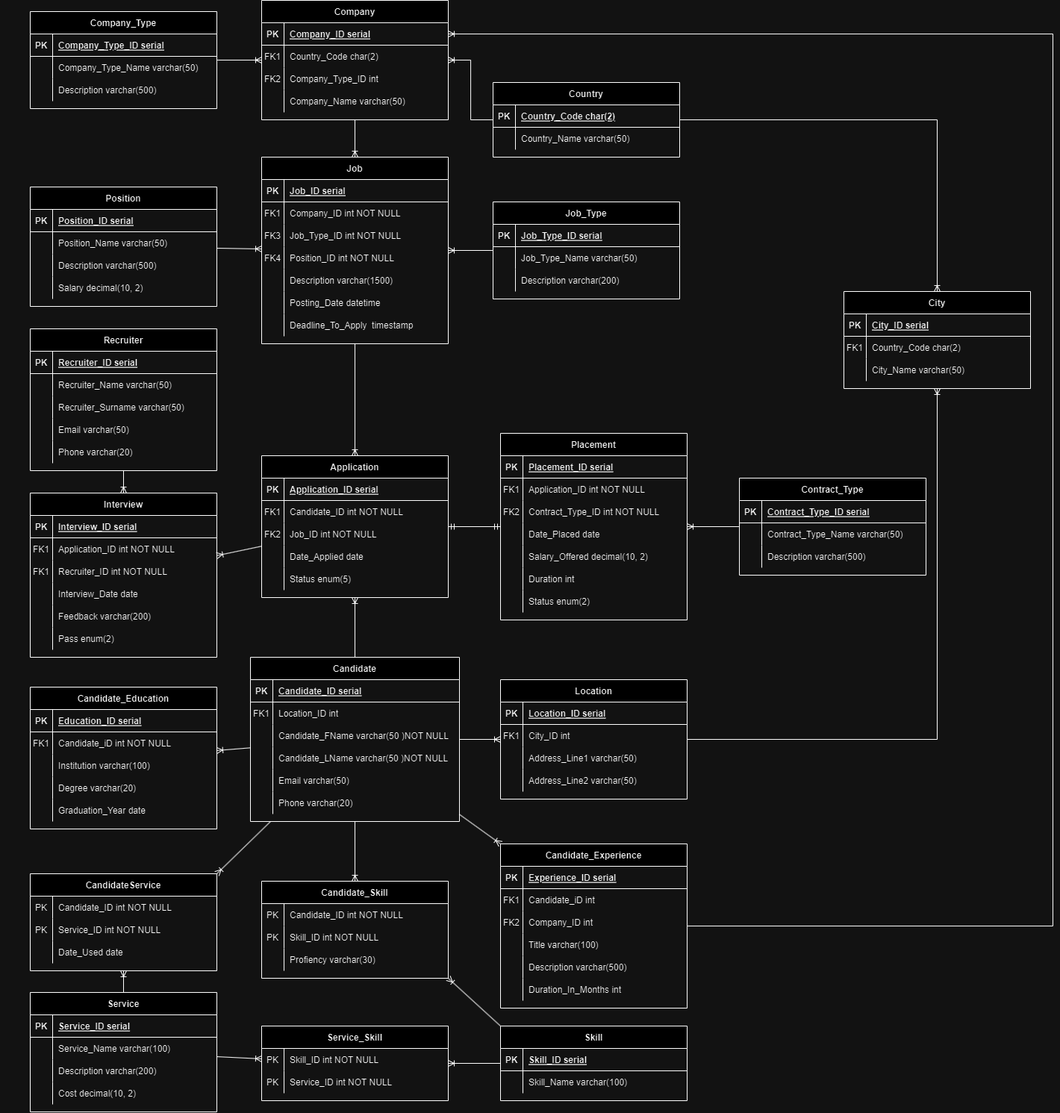
This is DB_Magzhan_Khorshat_HW_Recruitment_Agency.png from ghostmaga/data_engineering, a draw.io export, as it was before one commit. Source tidied: cells renumbered, new cells last; positions are measured from the earlier drawing's top-left corner, leaving out a move shared by most shapes.
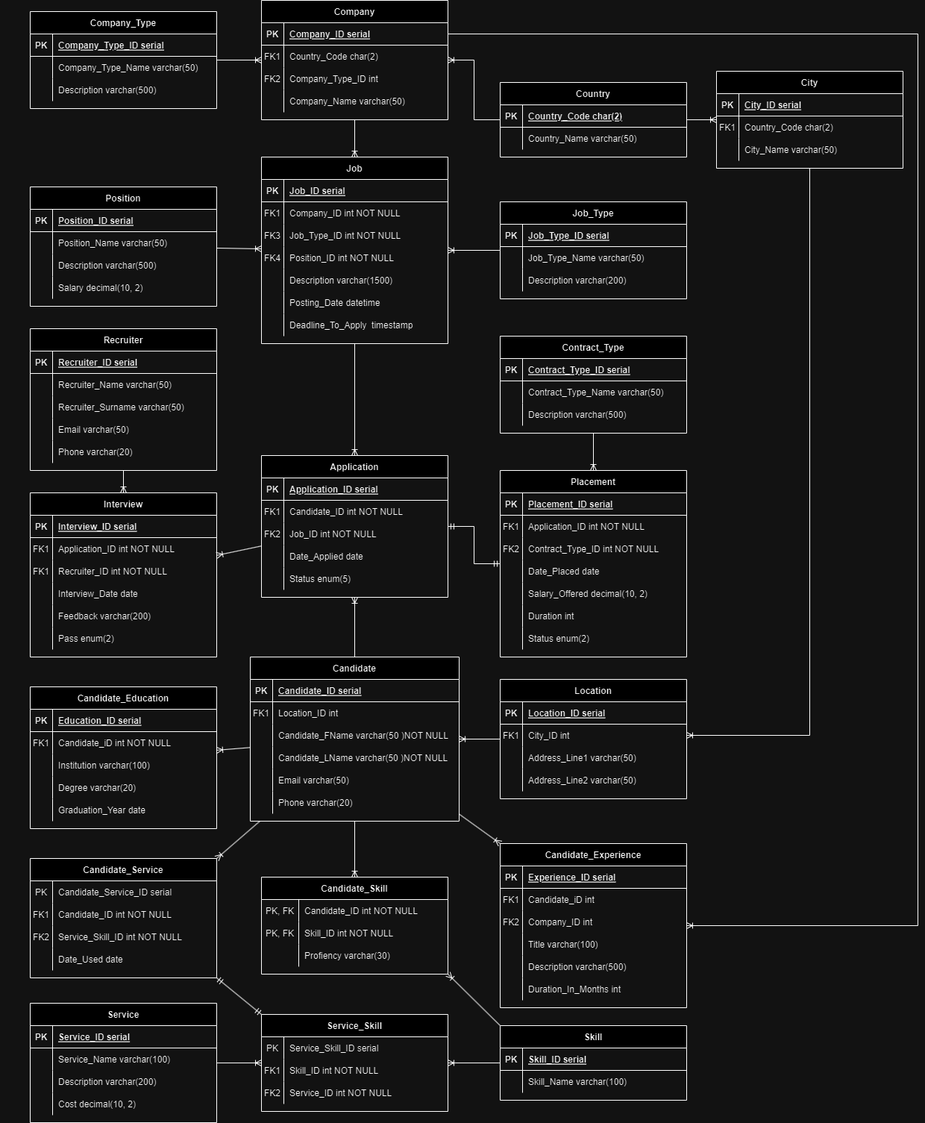
After the commit.

Commit message:
Fixed business description and model

Diff of the diagram source:
```diff
@@ -204,58 +204,67 @@
       <mxGeometry x="30" width="220" height="30" as="geometry" />
     </mxCell>
     <mxCell id="69" value="Candidate_Skill" style="shape=table;startSize=30;rowLines=0;fontStyle=1;align=center;" parent="1" vertex="1">
-      <mxGeometry x="350" y="1180" width="250" height="130" as="geometry" />
+      <mxGeometry x="350" y="1175" width="250" height="130" as="geometry" />
     </mxCell>
     <mxCell id="70" style="shape=partialRectangle;fillColor=none;top=0;left=0;right=0;bottom=0;" parent="69" vertex="1">
       <mxGeometry y="30" width="250" height="30" as="geometry" />
     </mxCell>
-    <mxCell id="71" value="PK" style="shape=partialRectangle;overflow=hidden;fillColor=none;top=0;left=0;bottom=0;right=0;" parent="70" vertex="1">
-      <mxGeometry width="30" height="30" as="geometry" />
+    <mxCell id="71" value="PK, FK" style="shape=partialRectangle;overflow=hidden;fillColor=none;top=0;left=0;bottom=0;right=0;" parent="70" vertex="1">
+      <mxGeometry width="50" height="30" as="geometry" />
     </mxCell>
     <mxCell id="72" value="Candidate_ID int NOT NULL" style="shape=partialRectangle;overflow=hidden;fillColor=none;top=0;left=0;bottom=0;right=0;align=left;spacingLeft=6;" parent="70" vertex="1">
-      <mxGeometry x="30" width="220" height="30" as="geometry" />
+      <mxGeometry x="50" width="200" height="30" as="geometry" />
     </mxCell>
     <mxCell id="73" style="shape=partialRectangle;fillColor=none;top=0;left=0;right=0;bottom=0;" parent="69" vertex="1">
       <mxGeometry y="60" width="250" height="30" as="geometry" />
     </mxCell>
-    <mxCell id="74" value="PK" style="shape=partialRectangle;overflow=hidden;fillColor=none;top=0;left=0;bottom=0;right=0;" parent="73" vertex="1">
-      <mxGeometry width="30" height="30" as="geometry" />
+    <mxCell id="74" value="PK, FK" style="shape=partialRectangle;overflow=hidden;fillColor=none;top=0;left=0;bottom=0;right=0;" parent="73" vertex="1">
+      <mxGeometry width="50" height="30" as="geometry" />
     </mxCell>
     <mxCell id="75" value="Skill_ID int NOT NULL" style="shape=partialRectangle;overflow=hidden;fillColor=none;top=0;left=0;bottom=0;right=0;align=left;spacingLeft=6;" parent="73" vertex="1">
-      <mxGeometry x="30" width="220" height="30" as="geometry" />
+      <mxGeometry x="50" width="200" height="30" as="geometry" />
     </mxCell>
     <mxCell id="76" style="shape=partialRectangle;fillColor=none;top=0;left=0;right=0;bottom=0;" parent="69" vertex="1">
       <mxGeometry y="90" width="250" height="30" as="geometry" />
     </mxCell>
     <mxCell id="77" style="shape=partialRectangle;overflow=hidden;fillColor=none;top=0;left=0;bottom=0;right=0;" parent="76" vertex="1">
-      <mxGeometry width="30" height="30" as="geometry" />
+      <mxGeometry width="50" height="30" as="geometry" />
     </mxCell>
     <mxCell id="78" value="Profiency varchar(30)" style="shape=partialRectangle;overflow=hidden;fillColor=none;top=0;left=0;bottom=0;right=0;align=left;spacingLeft=6;" parent="76" vertex="1">
-      <mxGeometry x="30" width="220" height="30" as="geometry" />
+      <mxGeometry x="50" width="200" height="30" as="geometry" />
     </mxCell>
-    <mxCell id="79" value="CandidateService" style="shape=table;startSize=30;rowLines=0;fontStyle=1;align=center;" parent="1" vertex="1">
-      <mxGeometry x="40" y="1170" width="250" height="130" as="geometry" />
+    <mxCell id="79" value="Candidate_Service" style="shape=table;startSize=30;rowLines=0;fontStyle=1;align=center;" parent="1" vertex="1">
+      <mxGeometry x="40" y="1150" width="250" height="160" as="geometry" />
     </mxCell>
+    <mxCell id="309" style="shape=partialRectangle;fillColor=none;top=0;left=0;right=0;bottom=0;" parent="79" vertex="1">
+      <mxGeometry y="30" width="250" height="30" as="geometry" />
+    </mxCell>
+    <mxCell id="310" value="PK" style="shape=partialRectangle;overflow=hidden;fillColor=none;top=0;left=0;bottom=0;right=0;" parent="309" vertex="1">
+      <mxGeometry width="30" height="30" as="geometry" />
+    </mxCell>
+    <mxCell id="311" value="Candidate_Service_ID serial" style="shape=partialRectangle;overflow=hidden;fillColor=none;top=0;left=0;bottom=0;right=0;align=left;spacingLeft=6;" parent="309" vertex="1">
+      <mxGeometry x="30" width="220" height="30" as="geometry" />
+    </mxCell>
     <mxCell id="80" style="shape=partialRectangle;fillColor=none;top=0;left=0;right=0;bottom=0;" parent="79" vertex="1">
-      <mxGeometry y="30" width="250" height="30" as="geometry" />
+      <mxGeometry y="60" width="250" height="30" as="geometry" />
     </mxCell>
-    <mxCell id="81" value="PK" style="shape=partialRectangle;overflow=hidden;fillColor=none;top=0;left=0;bottom=0;right=0;" parent="80" vertex="1">
+    <mxCell id="81" value="FK1" style="shape=partialRectangle;overflow=hidden;fillColor=none;top=0;left=0;bottom=0;right=0;" parent="80" vertex="1">
       <mxGeometry width="30" height="30" as="geometry" />
     </mxCell>
     <mxCell id="82" value="Candidate_ID int NOT NULL" style="shape=partialRectangle;overflow=hidden;fillColor=none;top=0;left=0;bottom=0;right=0;align=left;spacingLeft=6;" parent="80" vertex="1">
       <mxGeometry x="30" width="220" height="30" as="geometry" />
     </mxCell>
     <mxCell id="83" style="shape=partialRectangle;fillColor=none;top=0;left=0;right=0;bottom=0;" parent="79" vertex="1">
-      <mxGeometry y="60" width="250" height="30" as="geometry" />
+      <mxGeometry y="90" width="250" height="30" as="geometry" />
     </mxCell>
-    <mxCell id="84" value="PK" style="shape=partialRectangle;overflow=hidden;fillColor=none;top=0;left=0;bottom=0;right=0;" parent="83" vertex="1">
+    <mxCell id="84" value="FK2" style="shape=partialRectangle;overflow=hidden;fillColor=none;top=0;left=0;bottom=0;right=0;" parent="83" vertex="1">
       <mxGeometry width="30" height="30" as="geometry" />
     </mxCell>
-    <mxCell id="85" value="Service_ID int NOT NULL" style="shape=partialRectangle;overflow=hidden;fillColor=none;top=0;left=0;bottom=0;right=0;align=left;spacingLeft=6;" parent="83" vertex="1">
+    <mxCell id="85" value="Service_Skill_ID int NOT NULL" style="shape=partialRectangle;overflow=hidden;fillColor=none;top=0;left=0;bottom=0;right=0;align=left;spacingLeft=6;" parent="83" vertex="1">
       <mxGeometry x="30" width="220" height="30" as="geometry" />
     </mxCell>
     <mxCell id="86" style="shape=partialRectangle;fillColor=none;top=0;left=0;right=0;bottom=0;" parent="79" vertex="1">
-      <mxGeometry y="90" width="250" height="30" as="geometry" />
+      <mxGeometry y="120" width="250" height="30" as="geometry" />
     </mxCell>
     <mxCell id="87" style="shape=partialRectangle;overflow=hidden;fillColor=none;top=0;left=0;bottom=0;right=0;" parent="86" vertex="1">
       <mxGeometry width="30" height="30" as="geometry" />
@@ -369,7 +378,7 @@
       <mxGeometry x="30" width="250" height="30" as="geometry" />
     </mxCell>
     <mxCell id="124" value="Service_Skill" style="shape=table;startSize=30;rowLines=0;fontStyle=1;align=center;" parent="1" vertex="1">
-      <mxGeometry x="350" y="1374" width="250" height="100" as="geometry" />
+      <mxGeometry x="350" y="1359" width="250" height="130" as="geometry" />
     </mxCell>
     <mxCell id="125" style="shape=partialRectangle;fillColor=none;top=0;left=0;right=0;bottom=0;" parent="124" vertex="1">
       <mxGeometry y="30" width="250" height="30" as="geometry" />
@@ -377,20 +386,29 @@
     <mxCell id="126" value="PK" style="shape=partialRectangle;overflow=hidden;fillColor=none;top=0;left=0;bottom=0;right=0;" parent="125" vertex="1">
       <mxGeometry width="30" height="30" as="geometry" />
     </mxCell>
-    <mxCell id="127" value="Skill_ID int NOT NULL" style="shape=partialRectangle;overflow=hidden;fillColor=none;top=0;left=0;bottom=0;right=0;align=left;spacingLeft=6;" parent="125" vertex="1">
+    <mxCell id="127" value="Service_Skill_ID serial" style="shape=partialRectangle;overflow=hidden;fillColor=none;top=0;left=0;bottom=0;right=0;align=left;spacingLeft=6;" parent="125" vertex="1">
       <mxGeometry x="30" width="220" height="30" as="geometry" />
     </mxCell>
+    <mxCell id="312" style="shape=partialRectangle;fillColor=none;top=0;left=0;right=0;bottom=0;" parent="124" vertex="1">
+      <mxGeometry y="60" width="250" height="30" as="geometry" />
+    </mxCell>
+    <mxCell id="313" value="FK1" style="shape=partialRectangle;overflow=hidden;fillColor=none;top=0;left=0;bottom=0;right=0;" parent="312" vertex="1">
+      <mxGeometry width="30" height="30" as="geometry" />
+    </mxCell>
+    <mxCell id="314" value="Skill_ID int NOT NULL" style="shape=partialRectangle;overflow=hidden;fillColor=none;top=0;left=0;bottom=0;right=0;align=left;spacingLeft=6;" parent="312" vertex="1">
+      <mxGeometry x="30" width="220" height="30" as="geometry" />
+    </mxCell>
     <mxCell id="128" style="shape=partialRectangle;fillColor=none;top=0;left=0;right=0;bottom=0;" parent="124" vertex="1">
-      <mxGeometry y="60" width="250" height="30" as="geometry" />
+      <mxGeometry y="90" width="250" height="30" as="geometry" />
     </mxCell>
-    <mxCell id="129" value="PK" style="shape=partialRectangle;overflow=hidden;fillColor=none;top=0;left=0;bottom=0;right=0;" parent="128" vertex="1">
+    <mxCell id="129" value="FK2" style="shape=partialRectangle;overflow=hidden;fillColor=none;top=0;left=0;bottom=0;right=0;" parent="128" vertex="1">
       <mxGeometry width="30" height="30" as="geometry" />
     </mxCell>
     <mxCell id="130" value="Service_ID int NOT NULL" style="shape=partialRectangle;overflow=hidden;fillColor=none;top=0;left=0;bottom=0;right=0;align=left;spacingLeft=6;" parent="128" vertex="1">
       <mxGeometry x="30" width="220" height="30" as="geometry" />
     </mxCell>
     <mxCell id="131" value="Service" style="shape=table;startSize=30;rowLines=0;fontStyle=1;align=center;" parent="1" vertex="1">
-      <mxGeometry x="40" y="1329" width="250" height="160" as="geometry" />
+      <mxGeometry x="40" y="1344" width="250" height="160" as="geometry" />
     </mxCell>
     <mxCell id="132" style="shape=partialRectangle;fillColor=none;top=0;left=0;right=0;bottom=1;" parent="131" vertex="1">
       <mxGeometry y="30" width="250" height="30" as="geometry" />
@@ -495,7 +513,7 @@
       <mxGeometry x="30" width="220" height="30" as="geometry" />
     </mxCell>
     <mxCell id="166" value="Placement" style="shape=table;startSize=30;rowLines=0;fontStyle=1;align=center;" parent="1" vertex="1">
-      <mxGeometry x="670" y="580" width="250" height="250" as="geometry" />
+      <mxGeometry x="670" y="630" width="250" height="250" as="geometry" />
     </mxCell>
     <mxCell id="167" style="shape=partialRectangle;fillColor=none;top=0;left=0;right=0;bottom=1;" parent="166" vertex="1">
       <mxGeometry y="30" width="250" height="30" as="geometry" />
@@ -578,11 +596,8 @@
     <mxCell id="193" style="fontSize=12;html=1;endArrow=ERoneToMany;rounded=0;entryX=1;entryY=0;entryDx=0;entryDy=0;" parent="1" edge="1" source="105" target="79">
       <mxGeometry relative="1" as="geometry" />
     </mxCell>
-    <mxCell id="194" style="fontSize=12;html=1;endArrow=ERoneToMany;rounded=0;" parent="1" edge="1" source="131" target="79">
-      <mxGeometry relative="1" as="geometry" />
-    </mxCell>
     <mxCell id="195" value="Country" style="shape=table;startSize=30;rowLines=0;fontStyle=1;align=center;" parent="1" vertex="1">
-      <mxGeometry x="660" y="110" width="250" height="100" as="geometry" />
+      <mxGeometry x="670" y="110" width="250" height="100" as="geometry" />
     </mxCell>
     <mxCell id="196" style="shape=partialRectangle;fillColor=none;top=0;left=0;right=0;bottom=1;" parent="195" vertex="1">
       <mxGeometry y="30" width="250" height="30" as="geometry" />
@@ -603,7 +618,7 @@
       <mxGeometry x="30" width="220" height="30" as="geometry" />
     </mxCell>
     <mxCell id="202" value="Job_Type" style="shape=table;startSize=30;rowLines=0;fontStyle=1;align=center;" parent="1" vertex="1">
-      <mxGeometry x="660" y="270" width="250" height="130" as="geometry" />
+      <mxGeometry x="670" y="270" width="250" height="130" as="geometry" />
     </mxCell>
     <mxCell id="203" style="shape=partialRectangle;fillColor=none;top=0;left=0;right=0;bottom=1;" parent="202" vertex="1">
       <mxGeometry y="30" width="250" height="30" as="geometry" />
@@ -723,7 +738,7 @@
       <mxGeometry relative="1" as="geometry" />
     </mxCell>
     <mxCell id="242" value="Contract_Type" style="shape=table;startSize=30;rowLines=0;fontStyle=1;align=center;" parent="1" vertex="1">
-      <mxGeometry x="990" y="640" width="250" height="130" as="geometry" />
+      <mxGeometry x="670" y="450" width="250" height="130" as="geometry" />
     </mxCell>
     <mxCell id="243" style="shape=partialRectangle;fillColor=none;top=0;left=0;right=0;bottom=1;" parent="242" vertex="1">
       <mxGeometry y="30" width="250" height="30" as="geometry" />
@@ -879,7 +894,7 @@
       <mxGeometry x="30" width="220" height="30" as="geometry" />
     </mxCell>
     <mxCell id="294" value="City" style="shape=table;startSize=30;rowLines=0;fontStyle=1;align=center;" parent="1" vertex="1">
-      <mxGeometry x="1130" y="390" width="250" height="130" as="geometry" />
+      <mxGeometry x="960" y="95" width="250" height="130" as="geometry" />
     </mxCell>
     <mxCell id="295" style="shape=partialRectangle;fillColor=none;top=0;left=0;right=0;bottom=1;" parent="294" vertex="1">
       <mxGeometry y="30" width="250" height="30" as="geometry" />
@@ -911,21 +926,24 @@
     <mxCell id="304" style="edgeStyle=orthogonalEdgeStyle;fontSize=12;html=1;endArrow=ERoneToMany;rounded=0;" parent="1" edge="1" source="195" target="294">
       <mxGeometry relative="1" as="geometry" />
     </mxCell>
-    <mxCell id="305" style="edgeStyle=orthogonalEdgeStyle;fontSize=12;html=1;endArrow=ERoneToMany;rounded=0;" parent="1" edge="1" source="281" target="294">
+    <mxCell id="305" style="edgeStyle=orthogonalEdgeStyle;fontSize=12;html=1;endArrow=ERoneToMany;rounded=0;entryX=1;entryY=0.5;entryDx=0;entryDy=0;" parent="1" edge="1" source="294" target="285">
       <mxGeometry relative="1" as="geometry" />
     </mxCell>
     <mxCell id="306" style="edgeStyle=orthogonalEdgeStyle;fontSize=12;html=1;endArrow=ERoneToMany;rounded=0;" parent="1" edge="1" source="195" target="2">
       <mxGeometry relative="1" as="geometry" />
     </mxCell>
-    <mxCell id="307" style="edgeStyle=orthogonalEdgeStyle;fontSize=12;html=1;endArrow=ERoneToMany;rounded=0;" parent="1" edge="1" source="105" target="281">
+    <mxCell id="307" style="edgeStyle=orthogonalEdgeStyle;fontSize=12;html=1;endArrow=ERoneToMany;rounded=0;" parent="1" edge="1" source="281" target="105">
       <mxGeometry relative="1" as="geometry" />
     </mxCell>
-    <mxCell id="308" style="fontSize=12;html=1;endArrow=ERoneToMany;rounded=0;edgeStyle=elbowEdgeStyle;entryX=1;entryY=0.5;entryDx=0;entryDy=0;" parent="1" edge="1" source="50" target="3">
+    <mxCell id="308" style="fontSize=12;html=1;endArrow=ERoneToMany;rounded=0;edgeStyle=elbowEdgeStyle;exitX=1;exitY=0.5;exitDx=0;exitDy=0;" parent="1" edge="1" source="3" target="50">
       <mxGeometry relative="1" as="geometry">
         <Array as="points">
-          <mxPoint x="1410" y="680" />
+          <mxPoint x="1230" y="670" />
         </Array>
       </mxGeometry>
     </mxCell>
+    <mxCell id="315" style="fontSize=12;html=1;endArrow=ERmandOne;startArrow=ERmandOne;rounded=0;entryX=1;entryY=1;entryDx=0;entryDy=0;exitX=0;exitY=0;exitDx=0;exitDy=0;" parent="1" edge="1" source="124" target="79">
+      <mxGeometry relative="1" as="geometry" />
+    </mxCell>
   </root>
 </mxGraphModel>
```
